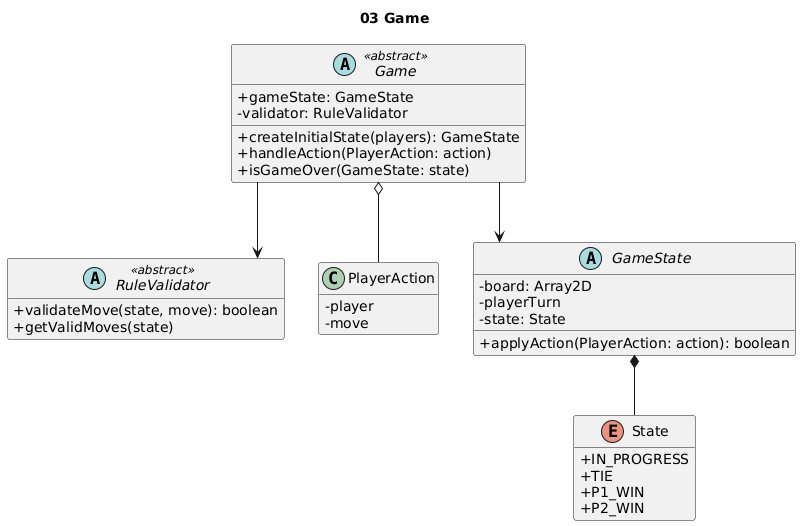
The PlantUML diagram docs/rules+validation/Game Class Diagram.png in Hainsman/SENG-300-Group-Project, before a commit.
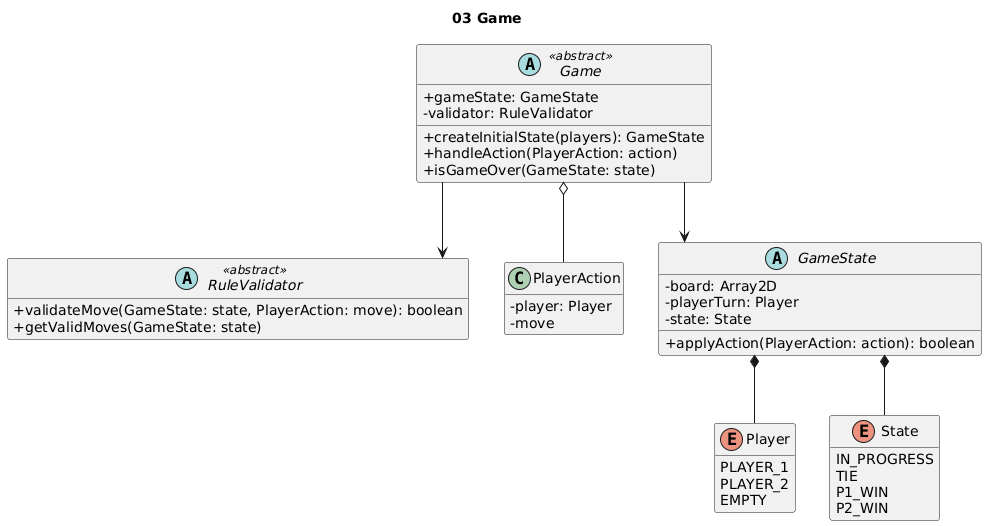
The same diagram one commit later.

Commit message:
Updated Game Class Diagram png

The edit, as a diff of the source:
```diff
@@ -14,31 +14,38 @@
 }
 
 abstract RuleValidator <<abstract>> {
-  +validateMove(state, move): boolean
-  +getValidMoves(state)
+  +validateMove(GameState: state, PlayerAction: move): boolean
+  +getValidMoves(GameState: state)
 }
 
 class PlayerAction {
-  -player
+  -player: Player
   -move
 }
 
 abstract GameState {
   -board: Array2D
-  -playerTurn
+  -playerTurn: Player
   -state: State
   +applyAction(PlayerAction: action): boolean
 }
 
+enum Player {
+  PLAYER_1
+  PLAYER_2
+  EMPTY
+}
+
 enum State {
-  +IN_PROGRESS
-  +TIE
-  +P1_WIN
-  +P2_WIN
+  IN_PROGRESS
+  TIE
+  P1_WIN
+  P2_WIN
 }
 
 Game --> RuleValidator
 Game --> GameState
 Game o-- PlayerAction
 GameState *-- State
+GameState *-- Player
 @enduml
```
